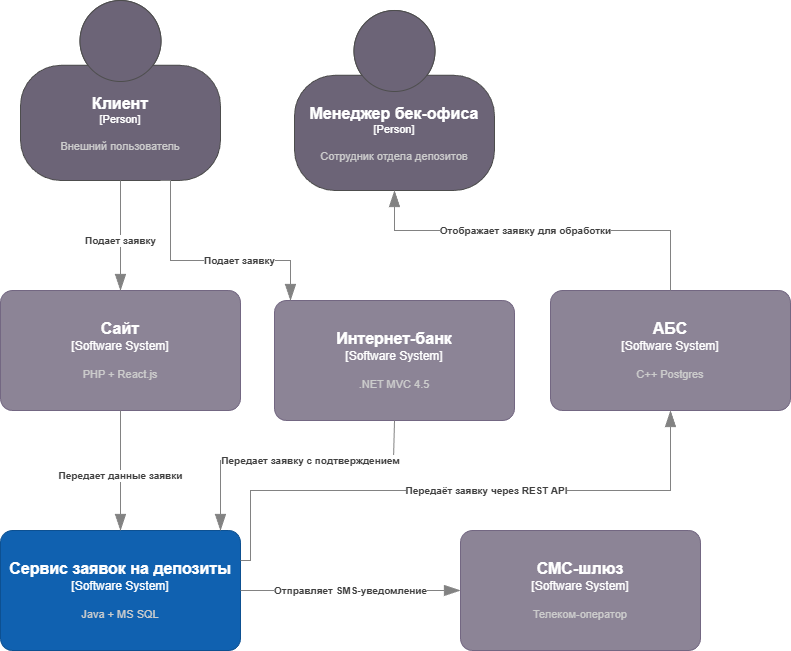
honeypot9/architecture-pro-standart keeps this draw.io diagram as Task3/task_3_context_diagram.png. Above is the earlier version. Source tidied: cells renumbered, new cells last; positions are measured from the earlier drawing's top-left corner, leaving out a move shared by most shapes. The source it was exported from:
```xml
<mxGraphModel>
  <root>
    <mxCell id="0" />
    <mxCell id="1" parent="0" />
    <object id="2" label="&lt;font style=&quot;font-size: 16px&quot;&gt;&lt;b&gt;%c4Name%&lt;/b&gt;&lt;/font&gt;&lt;div&gt;[%c4Type%]&lt;/div&gt;&lt;br&gt;&lt;div&gt;&lt;font style=&quot;font-size: 11px&quot;&gt;&lt;font color=&quot;#cccccc&quot;&gt;%c4Description%&lt;/font&gt;&lt;/div&gt;" c4Description="Внешний пользователь" c4Name="Клиент" c4Type="Person" placeholders="1">
      <mxCell style="html=1;fontSize=11;dashed=0;whiteSpace=wrap;fillColor=#6C6477;strokeColor=#4D4D4D;fontColor=#ffffff;shape=mxgraph.c4.person2;align=center;points=[[0.5,0,0],[1,0.5,0],[1,0.75,0],[0.75,1,0],[0.5,1,0],[0.25,1,0],[0,0.75,0],[0,0.5,0]];" parent="1" vertex="1">
        <mxGeometry x="20" width="200" height="180" as="geometry" />
      </mxCell>
    </object>
    <object id="3" label="&lt;font style=&quot;font-size: 16px&quot;&gt;&lt;b&gt;%c4Name%&lt;/b&gt;&lt;/font&gt;&lt;div&gt;[%c4Type%]&lt;/div&gt;&lt;br&gt;&lt;div&gt;&lt;font style=&quot;font-size: 11px&quot;&gt;&lt;font color=&quot;#cccccc&quot;&gt;%c4Description%&lt;/font&gt;&lt;/div&gt;" c4Description="PHP + React.js" c4Name="Сайт" c4Type="Software System" placeholders="1">
      <mxCell style="rounded=1;whiteSpace=wrap;html=1;labelBackgroundColor=none;fillColor=#8C8496;fontColor=#ffffff;align=center;arcSize=10;strokeColor=#736782;points=[[0.25,0,0],[0.5,0,0],[0.75,0,0],[1,0.25,0],[1,0.5,0],[1,0.75,0],[0.75,1,0],[0.5,1,0],[0.25,1,0],[0,0.75,0],[0,0.5,0],[0,0.25,0]];" parent="1" vertex="1">
        <mxGeometry y="290" width="240" height="120" as="geometry" />
      </mxCell>
    </object>
    <object id="4" label="&lt;font style=&quot;font-size: 16px&quot;&gt;&lt;b&gt;%c4Name%&lt;/b&gt;&lt;/font&gt;&lt;div&gt;[%c4Type%]&lt;/div&gt;&lt;br&gt;&lt;div&gt;&lt;font style=&quot;font-size: 11px&quot;&gt;&lt;font color=&quot;#cccccc&quot;&gt;%c4Description%&lt;/font&gt;&lt;/div&gt;" c4Description=".NET MVC 4.5" c4Name="Интернет-банк" c4Type="Software System" placeholders="1">
      <mxCell style="rounded=1;whiteSpace=wrap;html=1;labelBackgroundColor=none;fillColor=#8C8496;fontColor=#ffffff;align=center;arcSize=10;strokeColor=#736782;points=[[0.25,0,0],[0.5,0,0],[0.75,0,0],[1,0.25,0],[1,0.5,0],[1,0.75,0],[0.75,1,0],[0.5,1,0],[0.25,1,0],[0,0.75,0],[0,0.5,0],[0,0.25,0]];" parent="1" vertex="1">
        <mxGeometry x="274" y="300" width="240" height="120" as="geometry" />
      </mxCell>
    </object>
    <object id="5" label="&lt;font style=&quot;font-size: 16px&quot;&gt;&lt;b&gt;%c4Name%&lt;/b&gt;&lt;/font&gt;&lt;div&gt;[%c4Type%]&lt;/div&gt;&lt;br&gt;&lt;div&gt;&lt;font style=&quot;font-size: 11px&quot;&gt;&lt;font color=&quot;#cccccc&quot;&gt;%c4Description%&lt;/font&gt;&lt;/div&gt;" c4Description="С++ Postgres" c4Name="АБС" c4Type="Software System" placeholders="1">
      <mxCell style="rounded=1;whiteSpace=wrap;html=1;labelBackgroundColor=none;fillColor=#8C8496;fontColor=#ffffff;align=center;arcSize=10;strokeColor=#736782;points=[[0.25,0,0],[0.5,0,0],[0.75,0,0],[1,0.25,0],[1,0.5,0],[1,0.75,0],[0.75,1,0],[0.5,1,0],[0.25,1,0],[0,0.75,0],[0,0.5,0],[0,0.25,0]];" parent="1" vertex="1">
        <mxGeometry x="550" y="290" width="240" height="120" as="geometry" />
      </mxCell>
    </object>
    <object id="6" label="&lt;font style=&quot;font-size: 16px&quot;&gt;&lt;b&gt;%c4Name%&lt;/b&gt;&lt;/font&gt;&lt;div&gt;[%c4Type%]&lt;/div&gt;&lt;br&gt;&lt;div&gt;&lt;font style=&quot;font-size: 11px&quot;&gt;&lt;font color=&quot;#cccccc&quot;&gt;%c4Description%&lt;/font&gt;&lt;/div&gt;" c4Description="Телеком-оператор" c4Name="СМС-шлюз" c4Type="Software System" placeholders="1">
      <mxCell style="rounded=1;whiteSpace=wrap;html=1;labelBackgroundColor=none;fillColor=#8C8496;fontColor=#ffffff;align=center;arcSize=10;strokeColor=#736782;points=[[0.25,0,0],[0.5,0,0],[0.75,0,0],[1,0.25,0],[1,0.5,0],[1,0.75,0],[0.75,1,0],[0.5,1,0],[0.25,1,0],[0,0.75,0],[0,0.5,0],[0,0.25,0]];" parent="1" vertex="1">
        <mxGeometry x="460" y="530" width="240" height="120" as="geometry" />
      </mxCell>
    </object>
    <object id="7" label="&lt;font style=&quot;font-size: 16px&quot;&gt;&lt;b&gt;%c4Name%&lt;/b&gt;&lt;/font&gt;&lt;div&gt;[%c4Type%]&lt;/div&gt;&lt;br&gt;&lt;div&gt;&lt;font style=&quot;font-size: 11px&quot;&gt;&lt;font color=&quot;#cccccc&quot;&gt;%c4Description%&lt;/font&gt;&lt;/div&gt;" c4Description="Сотрудник отдела депозитов" c4Name="Менеджер бек-офиса" c4Type="Person" placeholders="1">
      <mxCell style="html=1;fontSize=11;dashed=0;whiteSpace=wrap;fillColor=#6C6477;strokeColor=#4D4D4D;fontColor=#ffffff;shape=mxgraph.c4.person2;align=center;points=[[0.5,0,0],[1,0.5,0],[1,0.75,0],[0.75,1,0],[0.5,1,0],[0.25,1,0],[0,0.75,0],[0,0.5,0]];" parent="1" vertex="1">
        <mxGeometry x="294" y="10" width="200" height="180" as="geometry" />
      </mxCell>
    </object>
    <object id="8" label="&lt;font style=&quot;font-size: 16px&quot;&gt;&lt;b&gt;%c4Name%&lt;/b&gt;&lt;/font&gt;&lt;div&gt;[%c4Type%]&lt;/div&gt;&lt;br&gt;&lt;div&gt;&lt;font style=&quot;font-size: 11px&quot;&gt;&lt;font color=&quot;#cccccc&quot;&gt;%c4Description%&lt;/font&gt;&lt;/div&gt;" c4Description="Java + MS SQL" c4Name="Сервис заявок на депозиты" c4Type="Software System" placeholders="1">
      <mxCell style="rounded=1;whiteSpace=wrap;html=1;labelBackgroundColor=none;fillColor=#1061B0;fontColor=#ffffff;align=center;arcSize=10;strokeColor=#0D5091;points=[[0.25,0,0],[0.5,0,0],[0.75,0,0],[1,0.25,0],[1,0.5,0],[1,0.75,0],[0.75,1,0],[0.5,1,0],[0.25,1,0],[0,0.75,0],[0,0.5,0],[0,0.25,0]];" parent="1" vertex="1">
        <mxGeometry y="530" width="240" height="120" as="geometry" />
      </mxCell>
    </object>
    <object id="9" label="&lt;div style=&quot;text-align: left&quot;&gt;&lt;div style=&quot;text-align: center&quot;&gt;&lt;b&gt;%c4Description%&lt;/b&gt;&lt;/div&gt;" c4Description="Подает заявку" c4Type="Relationship" placeholders="1">
      <mxCell style="endArrow=blockThin;html=1;fontSize=10;fontColor=#404040;strokeWidth=1;endFill=1;strokeColor=#828282;elbow=vertical;endSize=14;startSize=14;jumpStyle=arc;jumpSize=16;rounded=0;edgeStyle=orthogonalEdgeStyle;exitX=0.5;exitY=1;exitDx=0;exitDy=0;exitPerimeter=0;" parent="1" edge="1" source="2" target="3">
        <mxGeometry x="0.09" relative="1" as="geometry">
          <Array as="points">
            <mxPoint x="120" y="180" />
            <mxPoint x="120" y="180" />
          </Array>
        </mxGeometry>
      </mxCell>
    </object>
    <object id="10" label="&lt;div style=&quot;text-align: left&quot;&gt;&lt;div style=&quot;text-align: center&quot;&gt;&lt;b&gt;%c4Description%&lt;/b&gt;&lt;/div&gt;" c4Description="Подает заявку" c4Type="Relationship" placeholders="1">
      <mxCell style="endArrow=blockThin;html=1;fontSize=10;fontColor=#404040;strokeWidth=1;endFill=1;strokeColor=#828282;elbow=vertical;endSize=14;startSize=14;jumpStyle=arc;jumpSize=16;rounded=0;edgeStyle=orthogonalEdgeStyle;exitX=0.75;exitY=1;exitDx=0;exitDy=0;exitPerimeter=0;" parent="1" edge="1" target="4">
        <mxGeometry x="0.27" relative="1" as="geometry">
          <mxPoint x="160" y="180" as="sourcePoint" />
          <Array as="points">
            <mxPoint x="170" y="180" />
            <mxPoint x="170" y="260" />
            <mxPoint x="290" y="260" />
          </Array>
        </mxGeometry>
      </mxCell>
    </object>
    <object id="11" label="&lt;div style=&quot;text-align: left&quot;&gt;&lt;div style=&quot;text-align: center&quot;&gt;&lt;b&gt;%c4Description%&lt;/b&gt;&lt;/div&gt;" c4Description="Передает данные заявки" c4Type="Relationship" placeholders="1">
      <mxCell style="endArrow=blockThin;html=1;fontSize=10;fontColor=#404040;strokeWidth=1;endFill=1;strokeColor=#828282;elbow=vertical;endSize=14;startSize=14;jumpStyle=arc;jumpSize=16;rounded=0;edgeStyle=orthogonalEdgeStyle;entryX=0.5;entryY=0;entryDx=0;entryDy=0;entryPerimeter=0;" parent="1" edge="1" source="3" target="8">
        <mxGeometry x="0.09" relative="1" as="geometry" />
      </mxCell>
    </object>
    <object id="12" label="&lt;div style=&quot;text-align: left&quot;&gt;&lt;div style=&quot;text-align: center&quot;&gt;&lt;b&gt;%c4Description%&lt;/b&gt;&lt;/div&gt;" c4Description="Передает заявку с подтверждением" c4Type="Relationship" placeholders="1">
      <mxCell style="endArrow=blockThin;html=1;fontSize=10;fontColor=#404040;strokeWidth=1;endFill=1;strokeColor=#828282;elbow=vertical;endSize=14;startSize=14;jumpStyle=arc;jumpSize=16;rounded=0;edgeStyle=orthogonalEdgeStyle;exitX=0.5;exitY=1;exitDx=0;exitDy=0;exitPerimeter=0;" parent="1" edge="1" source="4" target="8">
        <mxGeometry x="-0.13" relative="1" as="geometry">
          <Array as="points">
            <mxPoint x="393" y="420" />
            <mxPoint x="393" y="460" />
            <mxPoint x="220" y="460" />
          </Array>
        </mxGeometry>
      </mxCell>
    </object>
    <object id="13" label="&lt;div style=&quot;text-align: left&quot;&gt;&lt;div style=&quot;text-align: center&quot;&gt;&lt;b&gt;%c4Description%&lt;/b&gt;&lt;/div&gt;" c4Description="Передаёт заявку через REST API" c4Type="Relationship" placeholders="1">
      <mxCell style="endArrow=blockThin;html=1;fontSize=10;fontColor=#404040;strokeWidth=1;endFill=1;strokeColor=#828282;elbow=vertical;endSize=14;startSize=14;jumpStyle=arc;jumpSize=16;rounded=0;edgeStyle=orthogonalEdgeStyle;exitX=1;exitY=0.25;exitDx=0;exitDy=0;exitPerimeter=0;" parent="1" edge="1" source="8" target="5">
        <mxGeometry x="0.09" relative="1" as="geometry">
          <Array as="points">
            <mxPoint x="250" y="560" />
            <mxPoint x="250" y="490" />
            <mxPoint x="670" y="490" />
          </Array>
        </mxGeometry>
      </mxCell>
    </object>
    <object id="14" label="&lt;div style=&quot;text-align: left&quot;&gt;&lt;div style=&quot;text-align: center&quot;&gt;&lt;b&gt;%c4Description%&lt;/b&gt;&lt;/div&gt;" c4Description="Отправляет SMS-уведомление" c4Type="Relationship" placeholders="1">
      <mxCell style="endArrow=blockThin;html=1;fontSize=10;fontColor=#404040;strokeWidth=1;endFill=1;strokeColor=#828282;elbow=vertical;endSize=14;startSize=14;jumpStyle=arc;jumpSize=16;rounded=0;edgeStyle=orthogonalEdgeStyle;exitX=1;exitY=0.5;exitDx=0;exitDy=0;exitPerimeter=0;" parent="1" edge="1" source="8" target="6">
        <mxGeometry relative="1" as="geometry" />
      </mxCell>
    </object>
    <object id="15" label="&lt;div style=&quot;text-align: left&quot;&gt;&lt;div style=&quot;text-align: center&quot;&gt;&lt;b&gt;%c4Description%&lt;/b&gt;&lt;/div&gt;" c4Description="Отображает заявку для обработки" c4Type="Relationship" placeholders="1">
      <mxCell style="endArrow=blockThin;html=1;fontSize=10;fontColor=#404040;strokeWidth=1;endFill=1;strokeColor=#828282;elbow=vertical;endSize=14;startSize=14;jumpStyle=arc;jumpSize=16;rounded=0;edgeStyle=orthogonalEdgeStyle;exitX=0.5;exitY=0;exitDx=0;exitDy=0;exitPerimeter=0;entryX=0.5;entryY=1;entryDx=0;entryDy=0;entryPerimeter=0;" parent="1" edge="1" source="5" target="7">
        <mxGeometry x="0.09" relative="1" as="geometry">
          <Array as="points">
            <mxPoint x="670" y="230" />
            <mxPoint x="394" y="230" />
          </Array>
        </mxGeometry>
      </mxCell>
    </object>
  </root>
</mxGraphModel>
```
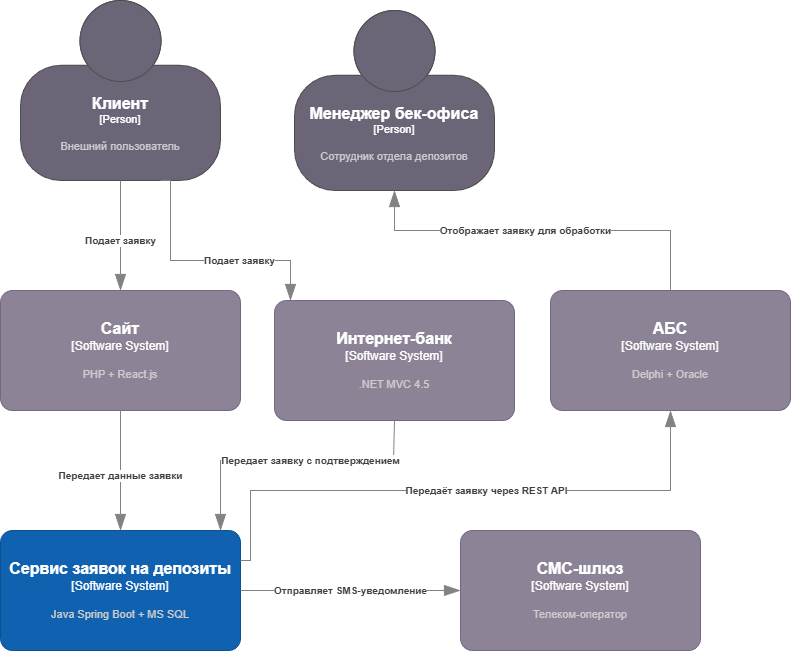
After the commit.

Commit message:
Задание 3. Открытие депозитов онлайн. Правка диаграмм.

Change to the diagram source:
```diff
@@ -17,7 +17,7 @@
         <mxGeometry x="274" y="300" width="240" height="120" as="geometry" />
       </mxCell>
     </object>
-    <object id="5" label="&lt;font style=&quot;font-size: 16px&quot;&gt;&lt;b&gt;%c4Name%&lt;/b&gt;&lt;/font&gt;&lt;div&gt;[%c4Type%]&lt;/div&gt;&lt;br&gt;&lt;div&gt;&lt;font style=&quot;font-size: 11px&quot;&gt;&lt;font color=&quot;#cccccc&quot;&gt;%c4Description%&lt;/font&gt;&lt;/div&gt;" c4Description="С++ Postgres" c4Name="АБС" c4Type="Software System" placeholders="1">
+    <object id="5" label="&lt;font style=&quot;font-size: 16px&quot;&gt;&lt;b&gt;%c4Name%&lt;/b&gt;&lt;/font&gt;&lt;div&gt;[%c4Type%]&lt;/div&gt;&lt;br&gt;&lt;div&gt;&lt;font style=&quot;font-size: 11px&quot;&gt;&lt;font color=&quot;#cccccc&quot;&gt;%c4Description%&lt;/font&gt;&lt;/div&gt;" c4Description="Delphi + Oracle" c4Name="АБС" c4Type="Software System" placeholders="1">
       <mxCell style="rounded=1;whiteSpace=wrap;html=1;labelBackgroundColor=none;fillColor=#8C8496;fontColor=#ffffff;align=center;arcSize=10;strokeColor=#736782;points=[[0.25,0,0],[0.5,0,0],[0.75,0,0],[1,0.25,0],[1,0.5,0],[1,0.75,0],[0.75,1,0],[0.5,1,0],[0.25,1,0],[0,0.75,0],[0,0.5,0],[0,0.25,0]];" parent="1" vertex="1">
         <mxGeometry x="550" y="290" width="240" height="120" as="geometry" />
       </mxCell>
@@ -32,7 +32,7 @@
         <mxGeometry x="294" y="10" width="200" height="180" as="geometry" />
       </mxCell>
     </object>
-    <object id="8" label="&lt;font style=&quot;font-size: 16px&quot;&gt;&lt;b&gt;%c4Name%&lt;/b&gt;&lt;/font&gt;&lt;div&gt;[%c4Type%]&lt;/div&gt;&lt;br&gt;&lt;div&gt;&lt;font style=&quot;font-size: 11px&quot;&gt;&lt;font color=&quot;#cccccc&quot;&gt;%c4Description%&lt;/font&gt;&lt;/div&gt;" c4Description="Java + MS SQL" c4Name="Сервис заявок на депозиты" c4Type="Software System" placeholders="1">
+    <object id="8" label="&lt;font style=&quot;font-size: 16px&quot;&gt;&lt;b&gt;%c4Name%&lt;/b&gt;&lt;/font&gt;&lt;div&gt;[%c4Type%]&lt;/div&gt;&lt;br&gt;&lt;div&gt;&lt;font style=&quot;font-size: 11px&quot;&gt;&lt;font color=&quot;#cccccc&quot;&gt;%c4Description%&lt;/font&gt;&lt;/div&gt;" c4Description="Java Spring Boot + MS SQL" c4Name="Сервис заявок на депозиты" c4Type="Software System" placeholders="1">
       <mxCell style="rounded=1;whiteSpace=wrap;html=1;labelBackgroundColor=none;fillColor=#1061B0;fontColor=#ffffff;align=center;arcSize=10;strokeColor=#0D5091;points=[[0.25,0,0],[0.5,0,0],[0.75,0,0],[1,0.25,0],[1,0.5,0],[1,0.75,0],[0.75,1,0],[0.5,1,0],[0.25,1,0],[0,0.75,0],[0,0.5,0],[0,0.25,0]];" parent="1" vertex="1">
         <mxGeometry y="530" width="240" height="120" as="geometry" />
       </mxCell>
```
